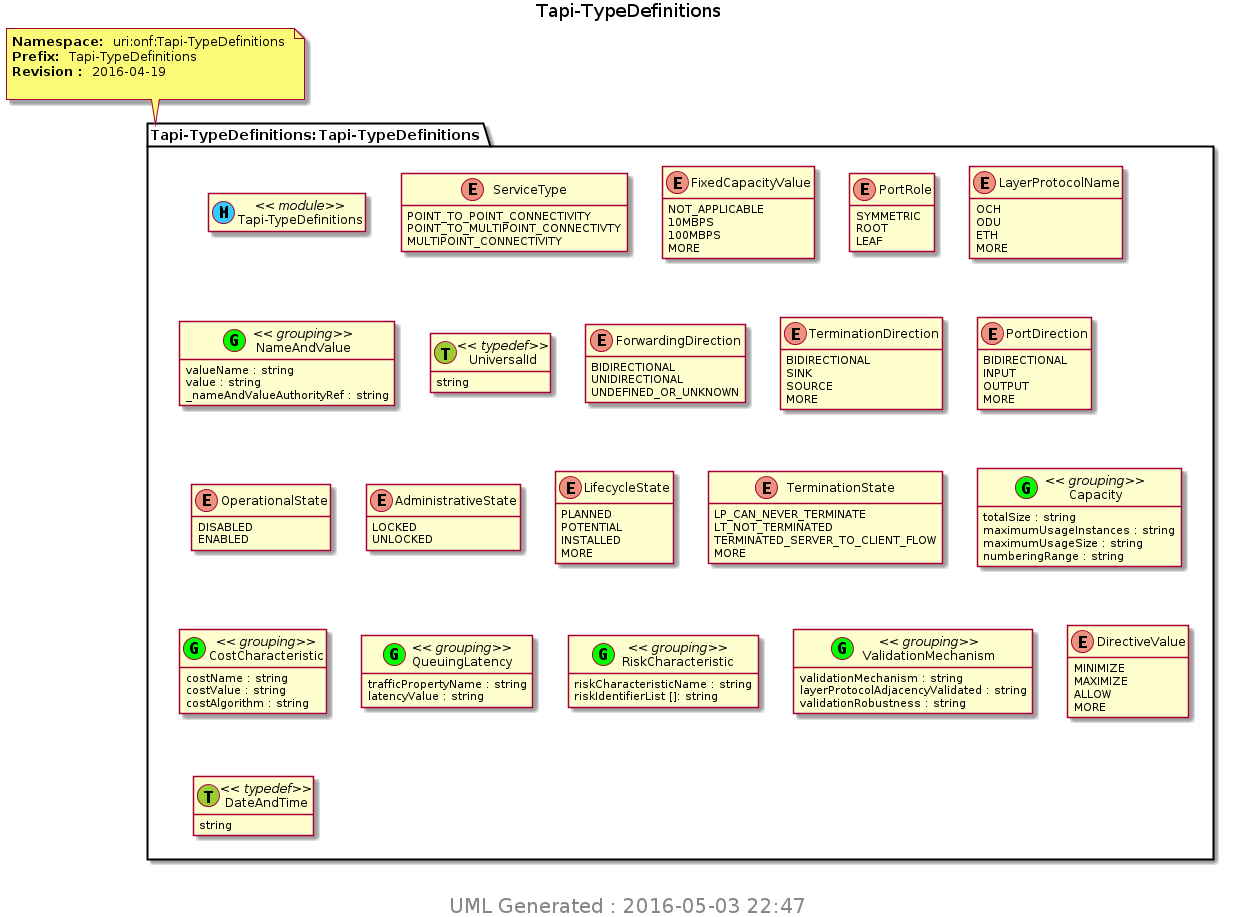
This is TransportAPI/YANG/pyang_uml/Tapi-TypeDefinitions.png from Open-Network-Models-and-Interfaces-ONMI/TAPI, a PlantUML export, as it was before one commit.
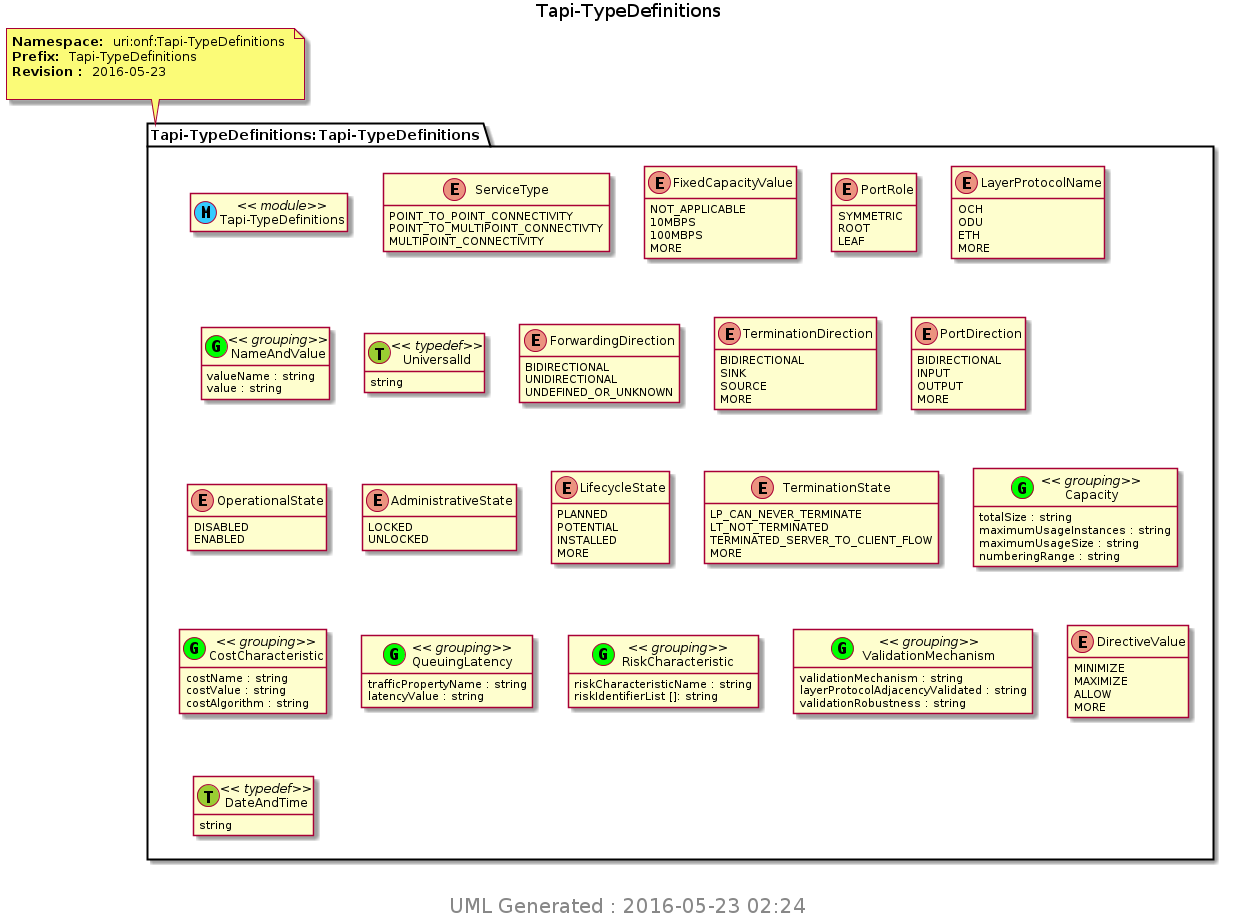
After the commit.

What changed in the source:
```diff
@@ -8,7 +8,7 @@
 hide <<leafref>> circle
 page 1x1
 Title Tapi-TypeDefinitions
-note top of Tapi_TypeDefinitions_Tapi_TypeDefinitions : <b>Namespace: </b> uri:onf:Tapi-TypeDefinitions \n<b>Prefix: </b> Tapi-TypeDefinitions \n<b>Revision : </b> 2016-04-19 \n
+note top of Tapi_TypeDefinitions_Tapi_TypeDefinitions : <b>Namespace: </b> uri:onf:Tapi-TypeDefinitions \n<b>Prefix: </b> Tapi-TypeDefinitions \n<b>Revision : </b> 2016-05-23 \n
 package "Tapi-TypeDefinitions:Tapi-TypeDefinitions" as Tapi_TypeDefinitions_Tapi_TypeDefinitions {
 class "Tapi-TypeDefinitions" as Tapi_TypeDefinitions << (M, #33CCFF) module>>
 enum "ServiceType" as Tapi_TypeDefinitions_I_ServiceType {
@@ -36,7 +36,6 @@
 class "NameAndValue" as Tapi_TypeDefinitions_I_NameAndValue_grouping <<(G,Lime) grouping>>
 Tapi_TypeDefinitions_I_NameAndValue_grouping : valueName : string
 Tapi_TypeDefinitions_I_NameAndValue_grouping : value : string
-Tapi_TypeDefinitions_I_NameAndValue_grouping : _nameAndValueAuthorityRef : string
 class "UniversalId" as UniversalId << (T, YellowGreen) typedef>>
 UniversalId : string
 enum "ForwardingDirection" as Tapi_TypeDefinitions_I_ForwardingDirection {
@@ -106,6 +105,6 @@
 }
 
 center footer
- <size:20> UML Generated : 2016-05-03 22:47 </size>
+ <size:20> UML Generated : 2016-05-23 02:24 </size>
  endfooter
 @enduml
```
